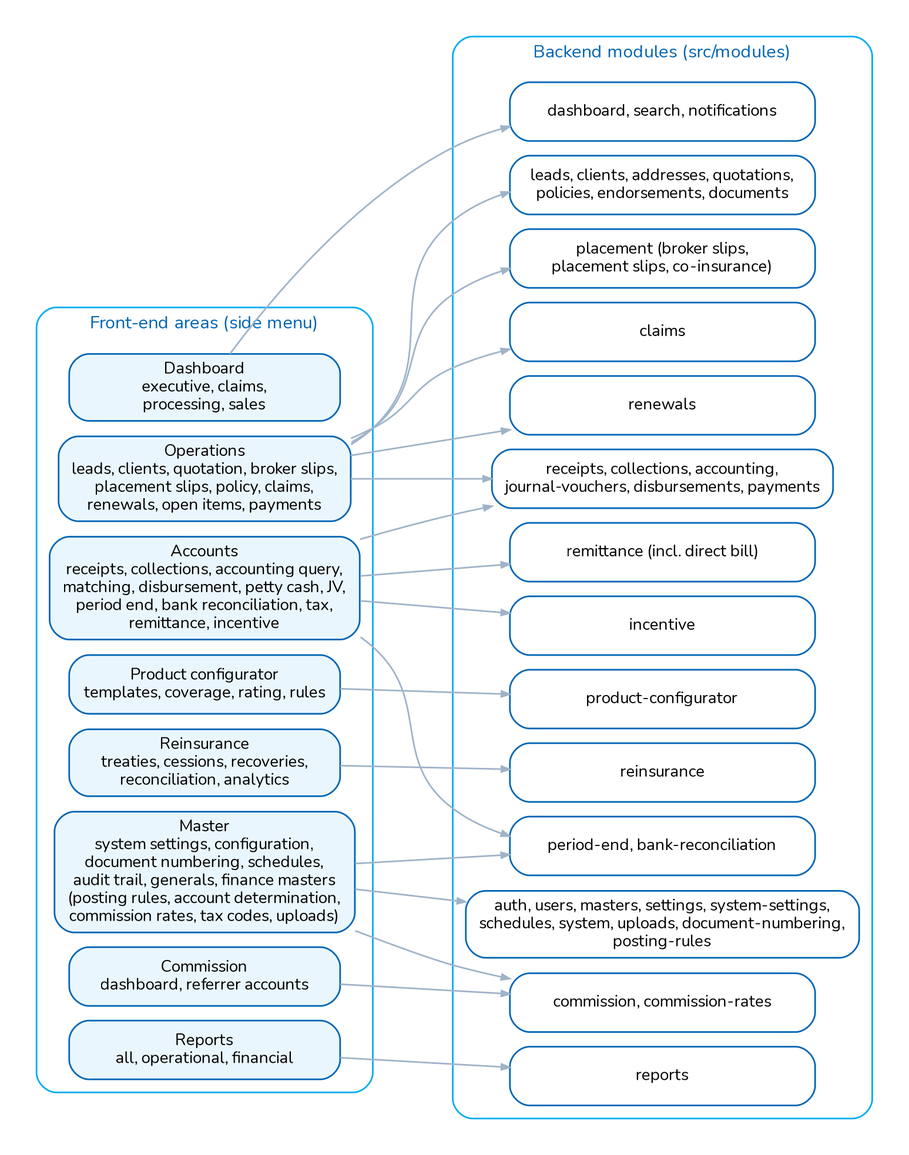
Above: docs/architecture/diagrams/d01_module_map.png in IortaTexhNXT-DEV/BDOI-OOTB (Graphviz), before the change. Its source is kept beside it as docs/architecture/diagrams/d01_module_map.dot.
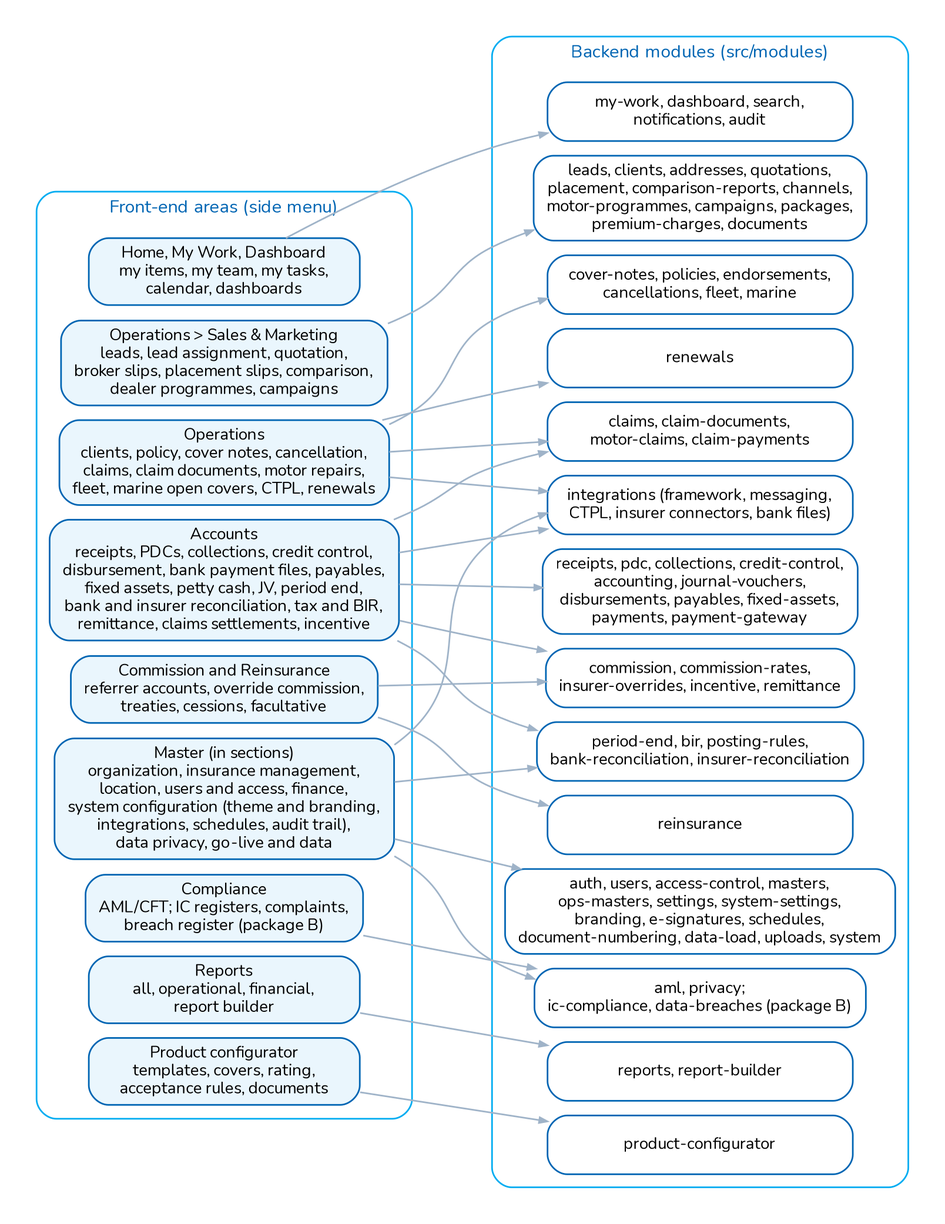
After the change.

The edit, as a diff of the source:
```diff
@@ -3,33 +3,34 @@
   node  [shape=box, style="rounded,filled", fillcolor="#EAF6FD", color="#0065B3", fontname="Nunito", fontsize=10, width=2.3];
   edge  [color="#9FB3C8", arrowsize=0.5, fontname="Nunito", fontsize=9];
   subgraph cluster_fe { label="Front-end areas (side menu)"; style="rounded"; color="#00ACF1"; fontcolor="#0065B3";
-    f_dash [label="Dashboard\nexecutive, claims,\nprocessing, sales"];
-    f_ops [label="Operations\nleads, clients, quotation, broker slips,\nplacement slips, policy, claims,\nrenewals, open items, payments"];
-    f_acc [label="Accounts\nreceipts, collections, accounting query,\nmatching, disbursement, petty cash, JV,\nperiod end, bank reconciliation, tax,\nremittance, incentive"];
-    f_com [label="Commission\ndashboard, referrer accounts"];
-    f_pc [label="Product configurator\ntemplates, coverage, rating, rules"];
-    f_ri [label="Reinsurance\ntreaties, cessions, recoveries,\nreconciliation, analytics"];
-    f_rep [label="Reports\nall, operational, financial"];
-    f_mas [label="Master\nsystem settings, configuration,\ndocument numbering, schedules,\naudit trail, generals, finance masters\n(posting rules, account determination,\ncommission rates, tax codes, uploads)"];
+    f_home [label="Home, My Work, Dashboard\nmy items, my team, my tasks,\ncalendar, dashboards"];
+    f_ops [label="Operations\nclients, policy, cover notes, cancellation,\nclaims, claim documents, motor repairs,\nfleet, marine open covers, CTPL, renewals"];
+    f_sm [label="Operations > Sales & Marketing\nleads, lead assignment, quotation,\nbroker slips, placement slips, comparison,\ndealer programmes, campaigns"];
+    f_acc [label="Accounts\nreceipts, PDCs, collections, credit control,\ndisbursement, bank payment files, payables,\nfixed assets, petty cash, JV, period end,\nbank and insurer reconciliation, tax and BIR,\nremittance, claims settlements, incentive"];
+    f_com [label="Commission and Reinsurance\nreferrer accounts, override commission,\ntreaties, cessions, facultative"];
+    f_cmp [label="Compliance\nAML/CFT; IC registers, complaints,\nbreach register (package B)"];
+    f_rep [label="Reports\nall, operational, financial,\nreport builder"];
+    f_mas [label="Master (in sections)\norganization, insurance management,\nlocation, users and access, finance,\nsystem configuration (theme and branding,\nintegrations, schedules, audit trail),\ndata privacy, go-live and data"];
+    f_pc [label="Product configurator\ntemplates, covers, rating,\nacceptance rules, documents"];
   }
   subgraph cluster_be { label="Backend modules (src/modules)"; style="rounded"; color="#00ACF1"; fontcolor="#0065B3";
     node [fillcolor="#FFFFFF", width=2.6];
-    b_dash [label="dashboard, search, notifications"];
-    b_sales [label="leads, clients, addresses, quotations,\npolicies, endorsements, documents"];
-    b_plc [label="placement (broker slips,\nplacement slips, co-insurance)"];
-    b_claims [label="claims"];
+    b_work [label="my-work, dashboard, search,\nnotifications, audit"];
+    b_sales [label="leads, clients, addresses, quotations,\nplacement, comparison-reports, channels,\nmotor-programmes, campaigns, packages,\npremium-charges, documents"];
+    b_pol [label="cover-notes, policies, endorsements,\ncancellations, fleet, marine"];
+    b_claims [label="claims, claim-documents,\nmotor-claims, claim-payments"];
     b_ren [label="renewals"];
-    b_fin [label="receipts, collections, accounting,\njournal-vouchers, disbursements, payments"];
-    b_pe [label="period-end, bank-reconciliation"];
-    b_com [label="commission, commission-rates"];
-    b_rem [label="remittance (incl. direct bill)"];
-    b_inc [label="incentive"];
+    b_fin [label="receipts, pdc, collections, credit-control,\naccounting, journal-vouchers,\ndisbursements, payables, fixed-assets,\npayments, payment-gateway"];
+    b_pe [label="period-end, bir, posting-rules,\nbank-reconciliation, insurer-reconciliation"];
+    b_com [label="commission, commission-rates,\ninsurer-overrides, incentive, remittance"];
+    b_ri [label="reinsurance"];
+    b_cmp [label="aml, privacy;\nic-compliance, data-breaches (package B)"];
+    b_int [label="integrations (framework, messaging,\nCTPL, insurer connectors, bank files)"];
+    b_rep [label="reports, report-builder"];
+    b_adm [label="auth, users, access-control, masters,\nops-masters, settings, system-settings,\nbranding, e-signatures, schedules,\ndocument-numbering, data-load, uploads, system"];
     b_pc [label="product-configurator"];
-    b_ri [label="reinsurance"];
-    b_rep [label="reports"];
-    b_adm [label="auth, users, masters, settings, system-settings,\nschedules, system, uploads, document-numbering,\nposting-rules"];
   }
-  f_dash -> b_dash; f_ops -> b_sales; f_ops -> b_plc; f_ops -> b_claims; f_ops -> b_ren; f_ops -> b_fin;
-  f_acc -> b_fin; f_acc -> b_pe; f_acc -> b_rem; f_acc -> b_inc; f_com -> b_com; f_pc -> b_pc; f_ri -> b_ri; f_rep -> b_rep;
-  f_mas -> b_adm; f_mas -> b_com; f_mas -> b_pe;
+  f_home -> b_work; f_ops -> b_pol; f_ops -> b_claims; f_ops -> b_ren; f_ops -> b_int; f_sm -> b_sales;
+  f_acc -> b_fin; f_acc -> b_pe; f_acc -> b_com; f_acc -> b_int; f_acc -> b_claims; f_com -> b_com; f_com -> b_ri;
+  f_cmp -> b_cmp; f_rep -> b_rep; f_mas -> b_adm; f_mas -> b_int; f_mas -> b_pe; f_mas -> b_cmp; f_pc -> b_pc;
 }
```
